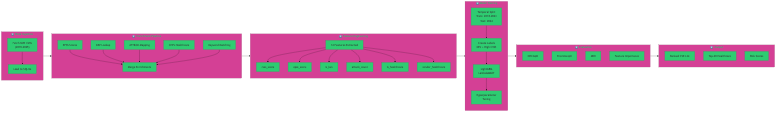
er-vinay-india/healthcare-vuln-prioritization-ltr keeps this Mermaid diagram as cti_recommender/docs/diagrams/data_pipeline.png. Above is the earlier version. Its source is kept beside it as cti_recommender/docs/diagrams/data_pipeline.mmd. Source of this version:
```mermaid
%%{init: {'theme': 'base', 'themeVariables': { 'primaryColor': '#2ecc71', 'secondaryColor': '#3498db'}}}%%
flowchart LR
    subgraph Ingest["1️⃣ Data Ingestion"]
        direction TB
        A1["Fetch NVD CVEs<br/>(2018-2025)"]
        A2["Load to SQLite"]
        A1 --> A2
    end

    subgraph Enrich["2️⃣ Enrichment Pipeline"]
        direction TB
        B1["EPSS Scores"]
        B2["KEV Lookup"]
        B3["ATT&CK Mapping"]
        B4["CHPL Healthcare"]
        B5["Keyword Matching"]
        B1 --> B6["Merge Enrichments"]
        B2 --> B6
        B3 --> B6
        B4 --> B6
        B5 --> B6
    end

    subgraph Features["3️⃣ Feature Engineering"]
        direction TB
        C1["14 Features Extracted"]
        C2["cvss_score"]
        C3["epss_score"]
        C4["is_kev"]
        C5["attack_count"]
        C6["is_healthcare"]
        C7["vendor_healthcare"]
        C1 --> C2
        C1 --> C3
        C1 --> C4
        C1 --> C5
        C1 --> C6
        C1 --> C7
    end

    subgraph Train["4️⃣ Model Training"]
        direction TB
        D1["Temporal Split<br/>Train: 2018-2023<br/>Test: 2024"]
        D2["Create Labels<br/>KEV + High CVSS"]
        D3["LightGBM<br/>LambdaMART"]
        D4["Hyperparameter<br/>Tuning"]
        D1 --> D2 --> D3 --> D4
    end

    subgraph Eval["5️⃣ Evaluation"]
        direction TB
        E1["NDCG@K"]
        E2["Precision@K"]
        E3["MRR"]
        E4["Feature Importance"]
    end

    subgraph Output["6️⃣ Output"]
        direction TB
        F1["Ranked CVE List"]
        F2["Top-20 Healthcare"]
        F3["Risk Scores"]
    end

    Ingest --> Enrich --> Features --> Train --> Eval --> Output
```
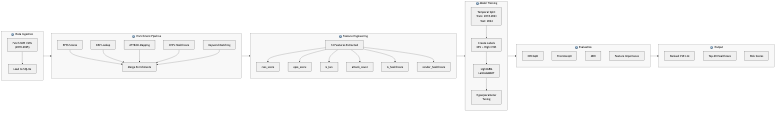
After the commit.

Commit message:
fix: improve diagram contrast - white background, black text

What changed in the source:
```diff
@@ -1,4 +1,4 @@
-%%{init: {'theme': 'base', 'themeVariables': { 'primaryColor': '#2ecc71', 'secondaryColor': '#3498db'}}}%%
+%%{init: {'theme': 'base', 'themeVariables': { 'primaryColor': '#e8e8e8', 'primaryTextColor': '#000000', 'primaryBorderColor': '#333333', 'secondaryColor': '#f5f5f5', 'secondaryTextColor': '#000000', 'tertiaryColor': '#ffffff', 'tertiaryTextColor': '#000000', 'lineColor': '#333333', 'textColor': '#000000', 'background': '#ffffff', 'mainBkg': '#f0f0f0', 'nodeBorder': '#333333', 'clusterBkg': '#f8f8f8', 'clusterBorder': '#666666', 'titleColor': '#000000'}}}%%
 flowchart LR
     subgraph Ingest["1️⃣ Data Ingestion"]
         direction TB
```
